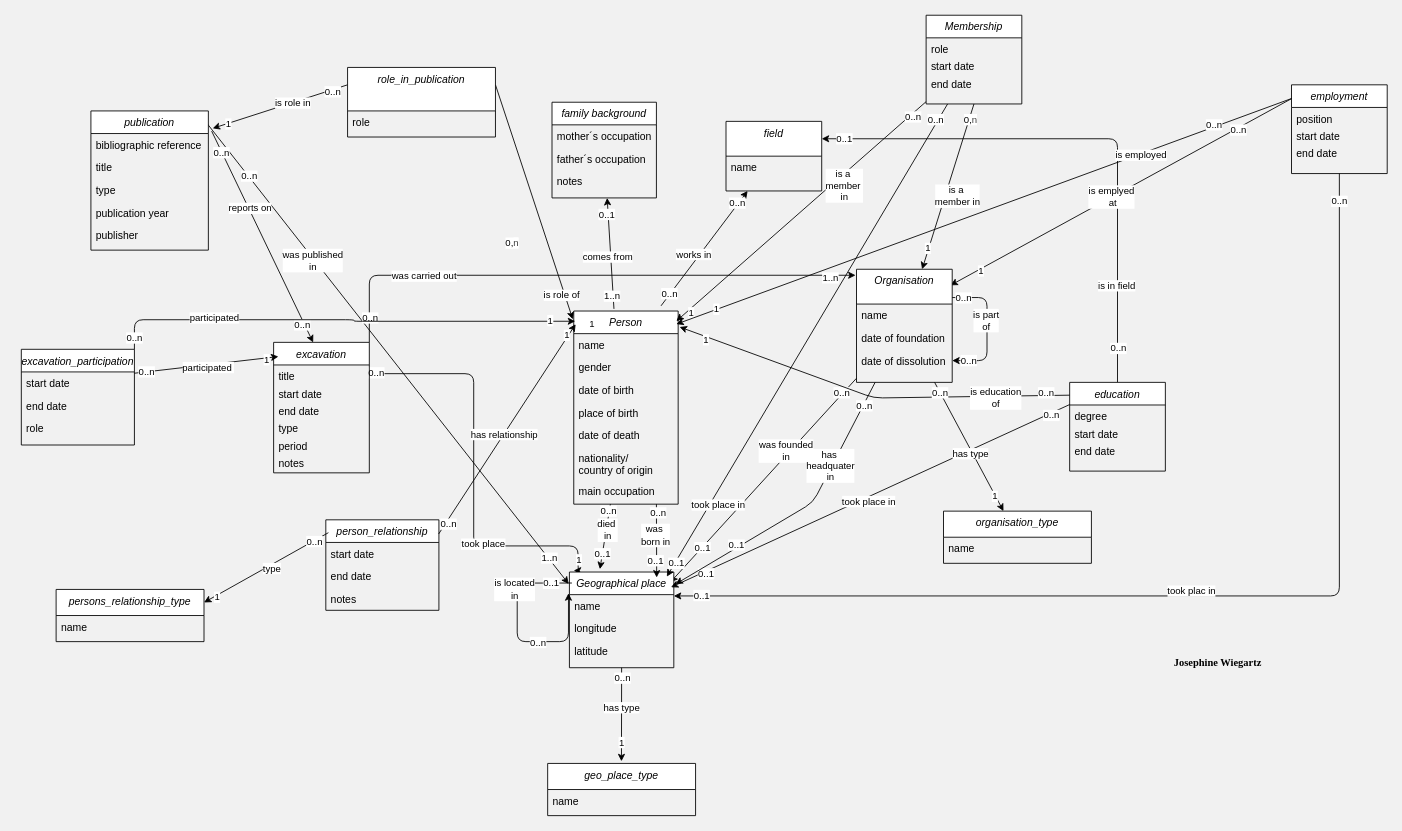
Before: documentation/MCD_to_database_example.drawio in josephine310/Archeaologists, a draw.io diagram. Source tidied: cells renumbered, new cells numbered last; positions are measured from the earlier drawing's top-left corner, leaving out a move shared by most shapes. Both pictures are drawn from the tidied source at 87%, with x=0, y=0 at pixel (21, 15).
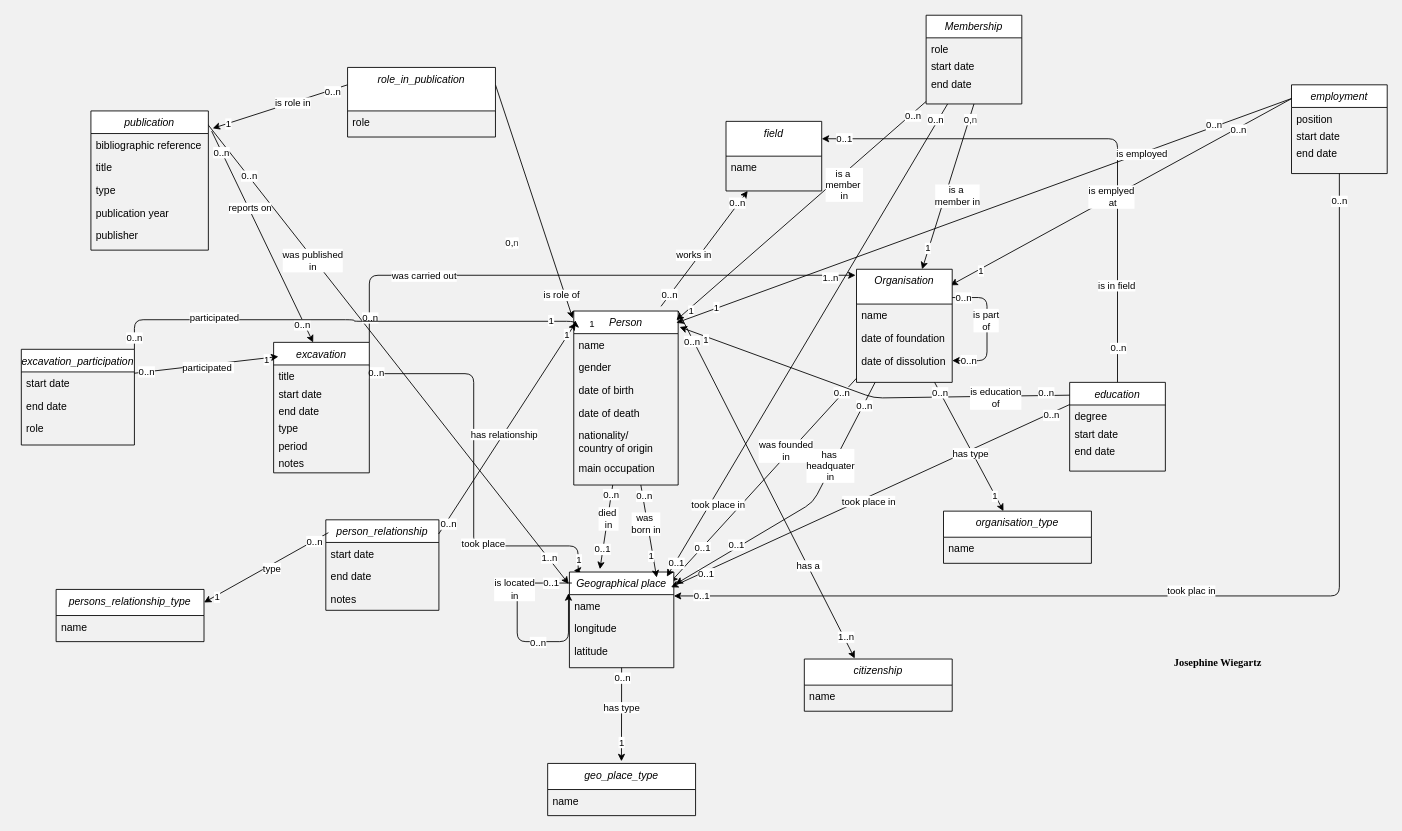
The same diagram, later.

Change to the diagram source:
```diff
@@
     <mxCell id="30" value="Person" style="swimlane;fontStyle=2;align=center;verticalAlign=top;horizontal=1;startSize=26;rounded=0;shadow=0;strokeWidth=1;" parent="1" vertex="1">
-      <mxGeometry x="635" y="340" width="120" height="222" as="geometry" />
+      <mxGeometry x="635" y="340" width="120" height="200" as="geometry" />
     </mxCell>
@@
-    <mxCell id="34" value="place of birth&#10;" style="text;align=left;verticalAlign=top;spacingLeft=4;spacingRight=4;overflow=hidden;rounded=0;shadow=0;html=0;" parent="30" vertex="1">
-      <mxGeometry y="104" width="120" height="26" as="geometry" />
-    </mxCell>
     <mxCell id="35" value="date of death&#10;" style="text;align=left;verticalAlign=top;spacingLeft=4;spacingRight=4;overflow=hidden;rounded=0;shadow=0;html=0;" parent="30" vertex="1">
-      <mxGeometry y="130" width="120" height="26" as="geometry" />
+      <mxGeometry y="104" width="120" height="26" as="geometry" />
     </mxCell>
     <mxCell id="36" value="nationality/&#10;country of origin" style="text;align=left;verticalAlign=top;spacingLeft=4;spacingRight=4;overflow=hidden;rounded=0;shadow=0;html=0;" parent="30" vertex="1">
-      <mxGeometry y="156" width="120" height="38" as="geometry" />
+      <mxGeometry y="130" width="120" height="38" as="geometry" />
     </mxCell>
     <mxCell id="37" value="main occupation" style="text;align=left;verticalAlign=top;spacingLeft=4;spacingRight=4;overflow=hidden;rounded=0;shadow=0;html=0;" parent="30" vertex="1">
-      <mxGeometry y="194" width="120" height="26" as="geometry" />
+      <mxGeometry y="168" width="120" height="26" as="geometry" />
     </mxCell>
@@
-    <mxCell id="68" value="family background" style="swimlane;fontStyle=2;align=center;verticalAlign=top;horizontal=1;startSize=26;rounded=0;shadow=0;strokeWidth=1;" parent="1" vertex="1">
-      <mxGeometry x="610" y="100" width="120" height="110" as="geometry" />
-    </mxCell>
-    <mxCell id="69" value="mother´s occupation" style="text;align=left;verticalAlign=top;spacingLeft=4;spacingRight=4;overflow=hidden;" parent="68" vertex="1">
-      <mxGeometry y="26" width="120" height="26" as="geometry" />
-    </mxCell>
-    <mxCell id="70" value="father´s occupation" style="text;align=left;verticalAlign=top;spacingLeft=4;spacingRight=4;overflow=hidden;rounded=0;shadow=0;html=0;" parent="68" vertex="1">
-      <mxGeometry y="52" width="120" height="26" as="geometry" />
-    </mxCell>
-    <mxCell id="71" value="notes" style="text;align=left;verticalAlign=top;spacingLeft=4;spacingRight=4;overflow=hidden;" parent="68" vertex="1">
-      <mxGeometry y="78" width="120" height="26" as="geometry" />
-    </mxCell>
@@
-    <mxCell id="127" style="edgeStyle=none;jettySize=auto;html=1;exitX=0.385;exitY=-0.011;exitDx=0;exitDy=0;exitPerimeter=0;" parent="1" edge="1" source="30" target="68">
-      <mxGeometry relative="1" as="geometry" />
-    </mxCell>
-    <mxCell id="128" value="comes from" style="edgeLabel;html=1;align=center;verticalAlign=middle;" parent="127" vertex="1">
-      <mxGeometry x="-0.06" y="4" relative="1" as="geometry" />
-    </mxCell>
-    <mxCell id="129" value="0..1" style="edgeLabel;html=1;align=center;verticalAlign=middle;" parent="127" vertex="1">
-      <mxGeometry x="0.7" y="2" relative="1" as="geometry" />
-    </mxCell>
-    <mxCell id="130" value="1..n" style="edgeLabel;html=1;align=center;verticalAlign=middle;" parent="127" vertex="1">
-      <mxGeometry x="-0.76" y="2" relative="1" as="geometry" />
-    </mxCell>
@@
-    <mxCell id="160" style="edgeStyle=none;orthogonalLoop=1;jettySize=auto;html=1;entryX=0.548;entryY=0.057;entryDx=0;entryDy=0;entryPerimeter=0;" parent="1" edge="1">
+    <mxCell id="160" style="edgeStyle=none;jettySize=auto;html=1;entryX=0.548;entryY=0.057;entryDx=0;entryDy=0;entryPerimeter=0;" parent="1" edge="1" source="30">
       <mxGeometry relative="1" as="geometry">
-        <mxPoint x="730" y="562" as="sourcePoint" />
         <mxPoint x="730.3" y="646.3" as="targetPoint" />
       </mxGeometry>
     </mxCell>
@@
-    <mxCell id="163" value="0..1" style="edgeLabel;html=1;align=center;verticalAlign=middle;" parent="160" vertex="1">
+    <mxCell id="163" value="1" style="edgeLabel;html=1;align=center;verticalAlign=middle;" parent="160" vertex="1">
       <mxGeometry x="0.52" y="-2" relative="1" as="geometry" />
     </mxCell>
@@
+    <mxCell id="188" value="citizenship" style="swimlane;fontStyle=2;align=center;verticalAlign=top;horizontal=1;startSize=30;rounded=0;shadow=0;strokeWidth=1;" parent="1" vertex="1">
+      <mxGeometry x="900" y="740" width="170" height="60" as="geometry" />
+    </mxCell>
+    <mxCell id="189" value="name" style="text;align=left;verticalAlign=top;spacingLeft=4;spacingRight=4;overflow=hidden;" parent="188" vertex="1">
+      <mxGeometry y="30" width="170" height="26" as="geometry" />
+    </mxCell>
+    <mxCell id="190" style="html=1;exitX=1;exitY=0;exitDx=0;exitDy=0;entryX=0.341;entryY=-0.011;entryDx=0;entryDy=0;entryPerimeter=0;" parent="1" edge="1" source="30" target="188">
+      <mxGeometry relative="1" as="geometry" />
+    </mxCell>
+    <mxCell id="191" value="has a&amp;nbsp;" style="edgeLabel;html=1;align=center;verticalAlign=middle;" parent="190" vertex="1">
+      <mxGeometry x="0.47" y="2" relative="1" as="geometry" />
+    </mxCell>
+    <mxCell id="192" value="0..n" style="edgeLabel;html=1;align=center;verticalAlign=middle;" parent="190" vertex="1">
+      <mxGeometry x="-0.83" y="-2" relative="1" as="geometry" />
+    </mxCell>
+    <mxCell id="130" value="1..n" style="edgeLabel;html=1;align=center;verticalAlign=middle;" parent="190" vertex="1">
+      <mxGeometry x="0.88" y="2" relative="1" as="geometry" />
+    </mxCell>
```
